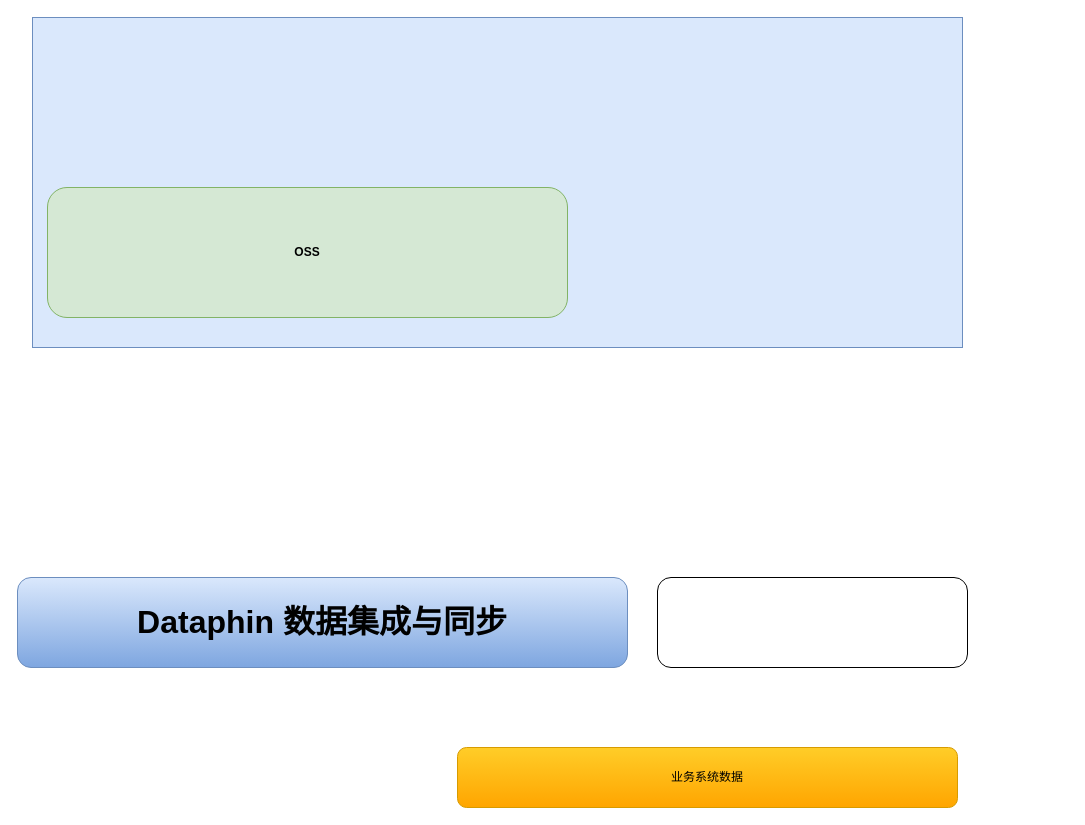
Before: page "第 3 页" (3 of 3) of 未命名绘图.drawio in starzy1990/diagrams, a draw.io diagram. Source tidied: cells renumbered, new cells numbered last; positions are measured from the earlier drawing's top-left corner, leaving out a move shared by most shapes. Both pictures are drawn from the tidied source at 100%, with x=0, y=0 at pixel (17, 17).
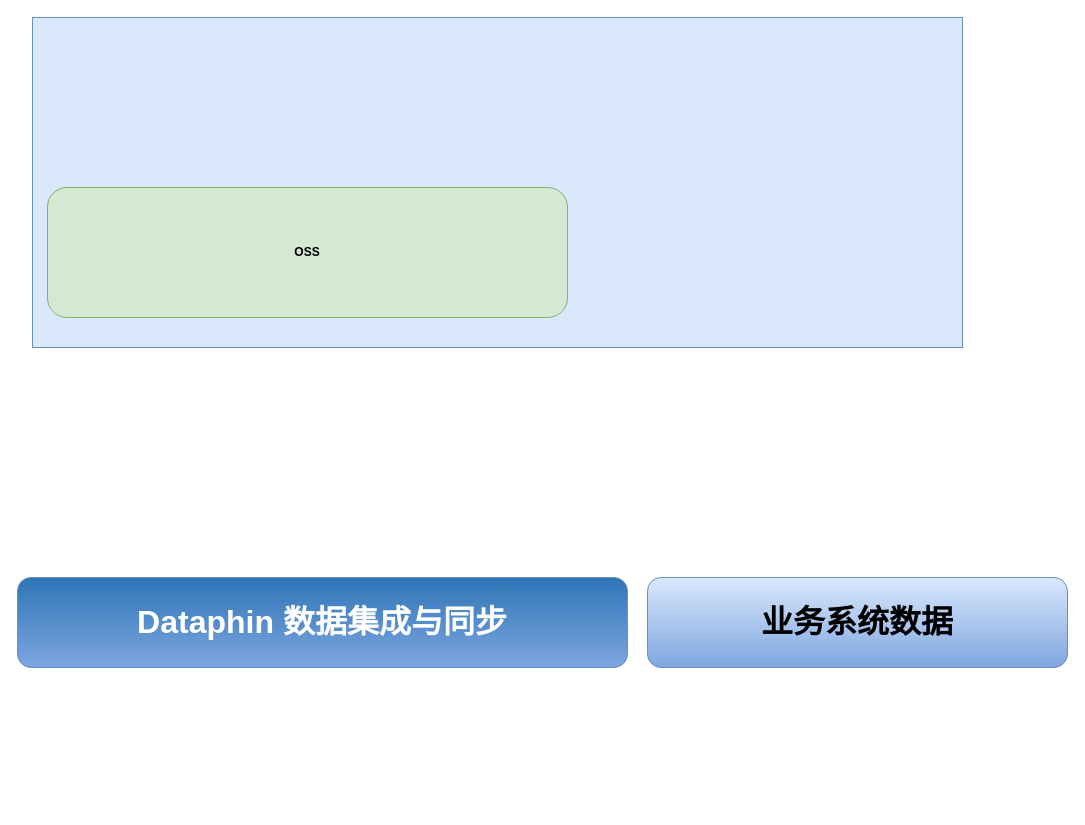
Above is the later version.

Commit message (it also covers changes not shown here):
更新未命名绘图.drawio

Change to the diagram source:
```diff
@@
 <mxGraphModel>
   <root>
     <mxCell id="0" />
     <mxCell id="1" parent="0" />
     <mxCell id="2" style="rounded=0;whiteSpace=wrap;html=1;fillColor=#dae8fc;strokeColor=#6c8ebf;" parent="1" vertex="1">
       <mxGeometry x="15" width="930" height="330" as="geometry" />
     </mxCell>
     <mxCell id="3" value="OSS" style="rounded=1;whiteSpace=wrap;html=1;fillColor=#d5e8d4;strokeColor=#82b366;fontStyle=1;" parent="1" vertex="1">
       <mxGeometry x="30" y="170" width="520" height="130" as="geometry" />
     </mxCell>
-    <mxCell id="4" value="Dataphin 数据集成与同步" style="rounded=1;whiteSpace=wrap;html=1;fillColor=#dae8fc;gradientColor=#7ea6e0;strokeColor=#6c8ebf;fontStyle=1;fontSize=32;" parent="1" vertex="1">
+    <mxCell id="4" value="Dataphin 数据集成与同步" style="rounded=1;whiteSpace=wrap;html=1;fillColor=#2E75B6;gradientColor=#7ea6e0;strokeColor=#6c8ebf;fontStyle=1;fontSize=32;fontColor=#FFFFFF;" parent="1" vertex="1">
       <mxGeometry y="560" width="610" height="90" as="geometry" />
     </mxCell>
-    <mxCell id="5" style="rounded=1;whiteSpace=wrap;html=1;" parent="1" vertex="1">
-      <mxGeometry x="640" y="560" width="310" height="90" as="geometry" />
-    </mxCell>
-    <mxCell id="6" value="业务系统数据" style="rounded=1;whiteSpace=wrap;html=1;fillColor=#ffcd28;gradientColor=#ffa500;strokeColor=#d79b00;" parent="1" vertex="1">
-      <mxGeometry x="440" y="730" width="500" height="60" as="geometry" />
+    <mxCell id="6" value="业务系统数据" style="rounded=1;whiteSpace=wrap;html=1;fillColor=#dae8fc;gradientColor=#7ea6e0;strokeColor=#6c8ebf;fontStyle=1;fontSize=32;" parent="1" vertex="1">
+      <mxGeometry x="630" y="560" width="420" height="90" as="geometry" />
     </mxCell>
   </root>
 </mxGraphModel>
```
